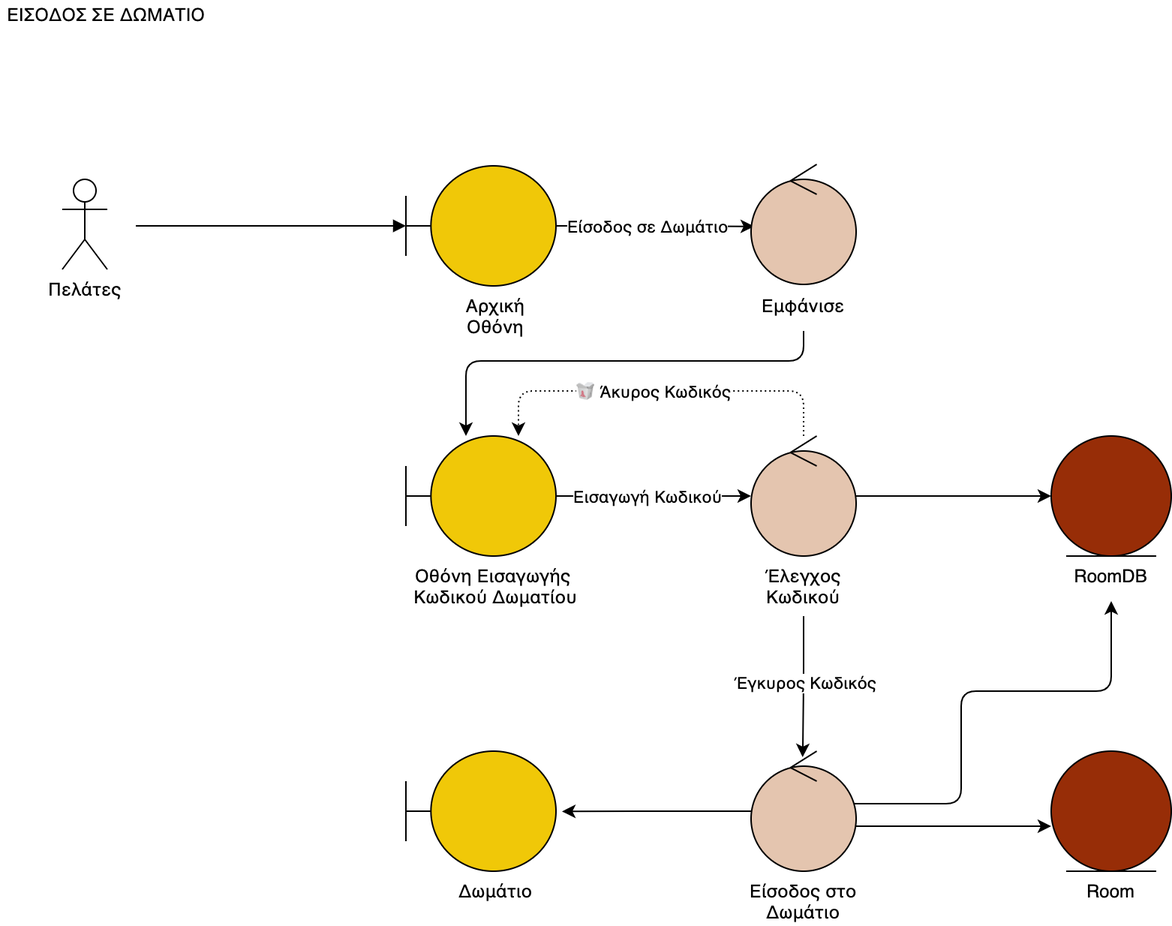
Before: docs/final/Phase 5/Media/Robustness Diagrams/7.Είσοδος σε Δωμάτιο.drawio.png, a diagram exported from draw.io (iloudaros/nomnomr). Source tidied: cells renumbered, new cells last; positions are measured from the earlier drawing's top-left corner, leaving out a move shared by most shapes.
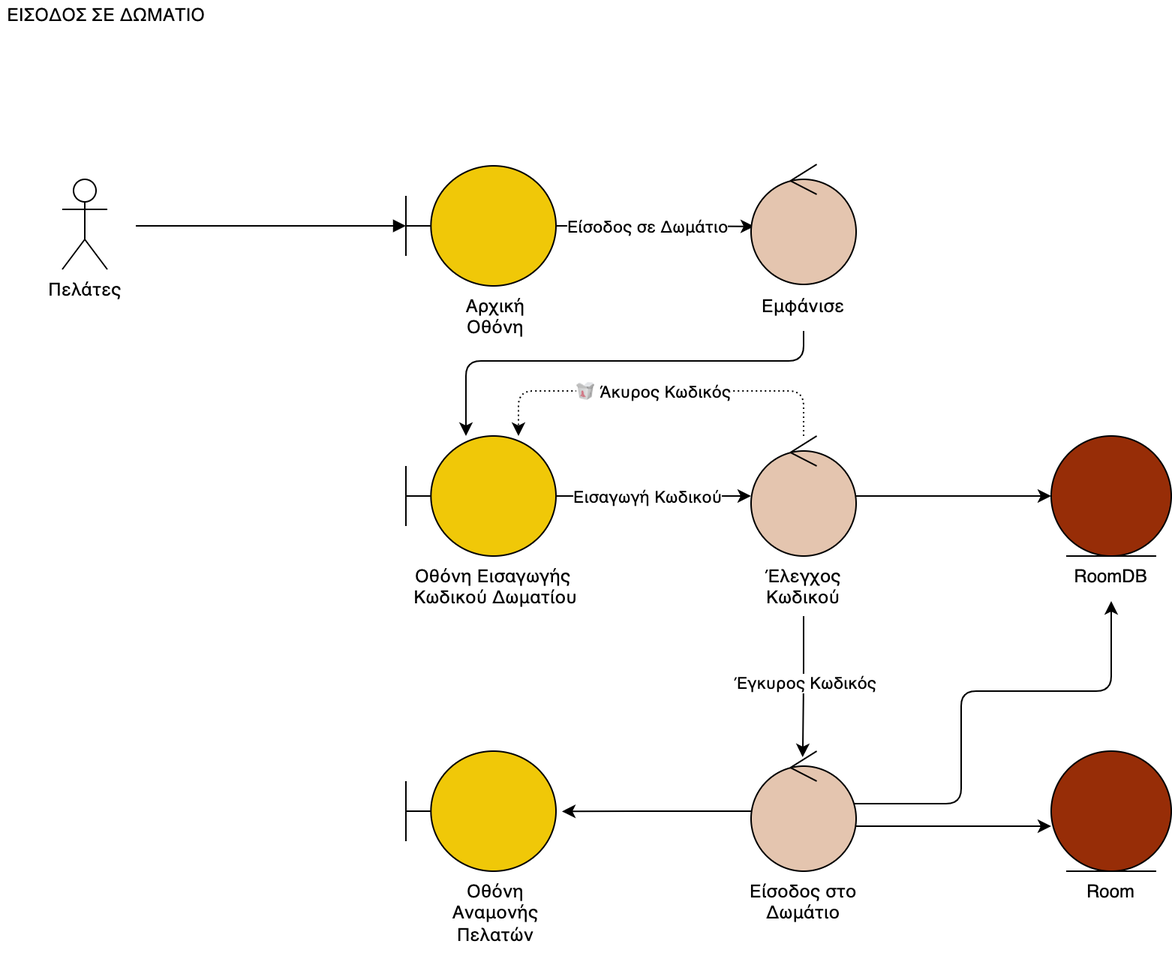
The same file after the commit.

Diff of the diagram source:
```diff
@@ -58,8 +58,8 @@
     <mxCell id="16" value="&lt;span style=&quot;font-family: helvetica; font-size: 12px; font-style: normal; font-weight: 400; letter-spacing: normal; text-indent: 0px; text-transform: none; word-spacing: 0px; display: inline; float: none;&quot;&gt;Οθόνη Εισαγωγής &lt;br&gt;Κωδικού Δωματίου&lt;/span&gt;" style="text;whiteSpace=wrap;html=1;align=center;labelBackgroundColor=none;fontColor=default;" parent="1" vertex="1">
       <mxGeometry x="210" y="370" width="240" height="40" as="geometry" />
     </mxCell>
-    <mxCell id="17" value="&lt;meta charset=&quot;utf-8&quot;&gt;&lt;span style=&quot;font-family: helvetica; font-size: 12px; font-style: normal; font-weight: 400; letter-spacing: normal; text-indent: 0px; text-transform: none; word-spacing: 0px; display: inline; float: none;&quot;&gt;Δωμάτιο&lt;/span&gt;" style="text;whiteSpace=wrap;html=1;align=center;labelBackgroundColor=none;fontColor=default;" parent="1" vertex="1">
-      <mxGeometry x="295" y="580" width="70" height="30" as="geometry" />
+    <mxCell id="17" value="&lt;font face=&quot;helvetica&quot;&gt;Οθόνη Αναμονής Πελατών&lt;/font&gt;" style="text;whiteSpace=wrap;html=1;align=center;labelBackgroundColor=none;fontColor=default;" parent="1" vertex="1">
+      <mxGeometry x="295" y="580" width="70" height="60" as="geometry" />
     </mxCell>
     <mxCell id="18" style="group;" parent="1" vertex="1">
       <mxGeometry x="700" y="290" width="80" height="110" as="geometry" />
```
